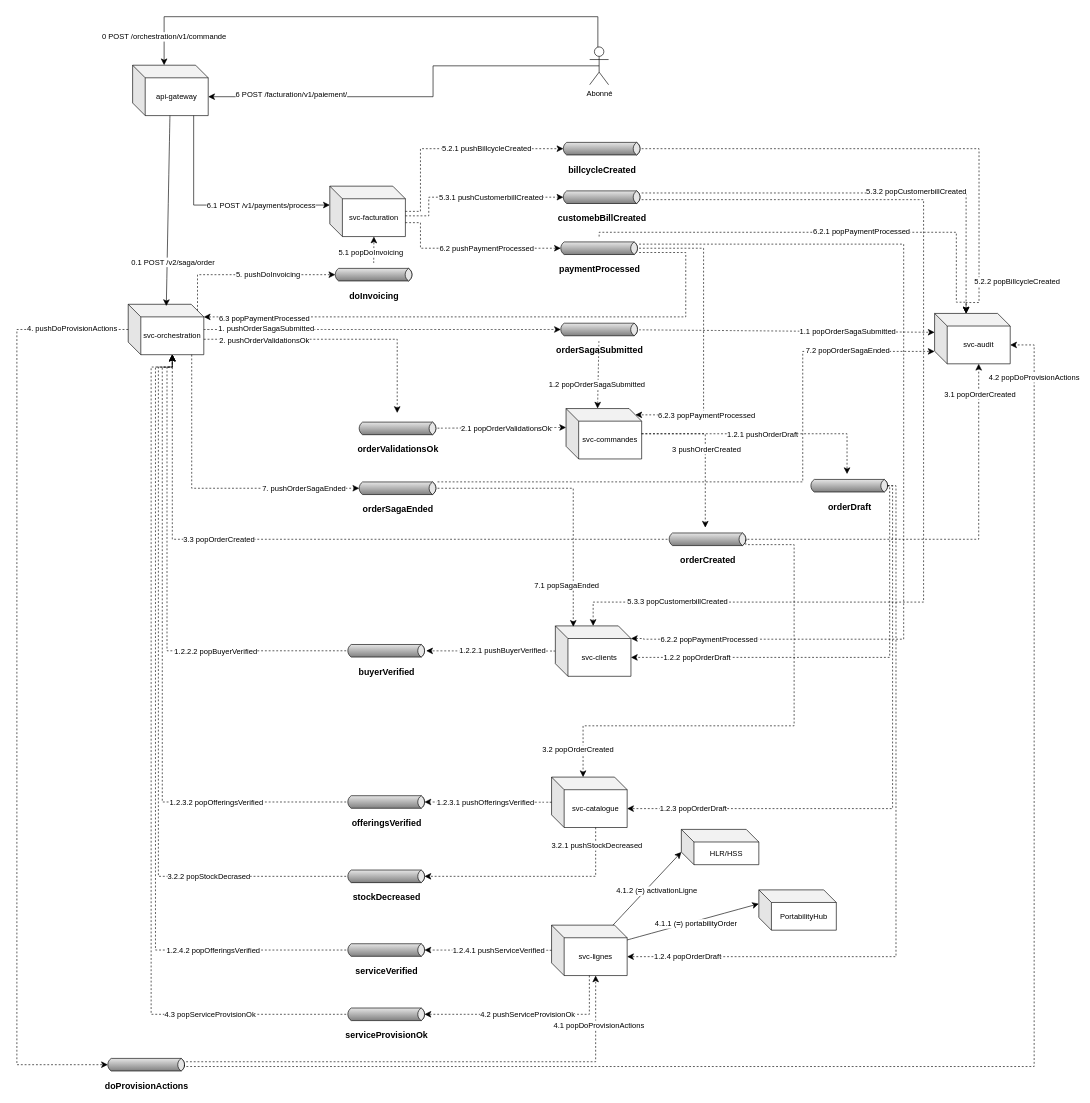
The draw.io diagram docs/diagrammes/carte_flux.drawio in LOG430-E26-VDEGRANDPRE/cantelcox, before the edit. Source tidied: cells renumbered, new cells numbered last; positions are measured from the earlier drawing's top-left corner, leaving out a move shared by most shapes. Both pictures are drawn from the tidied source at 63%, with x=0, y=0 at pixel (16, 16).
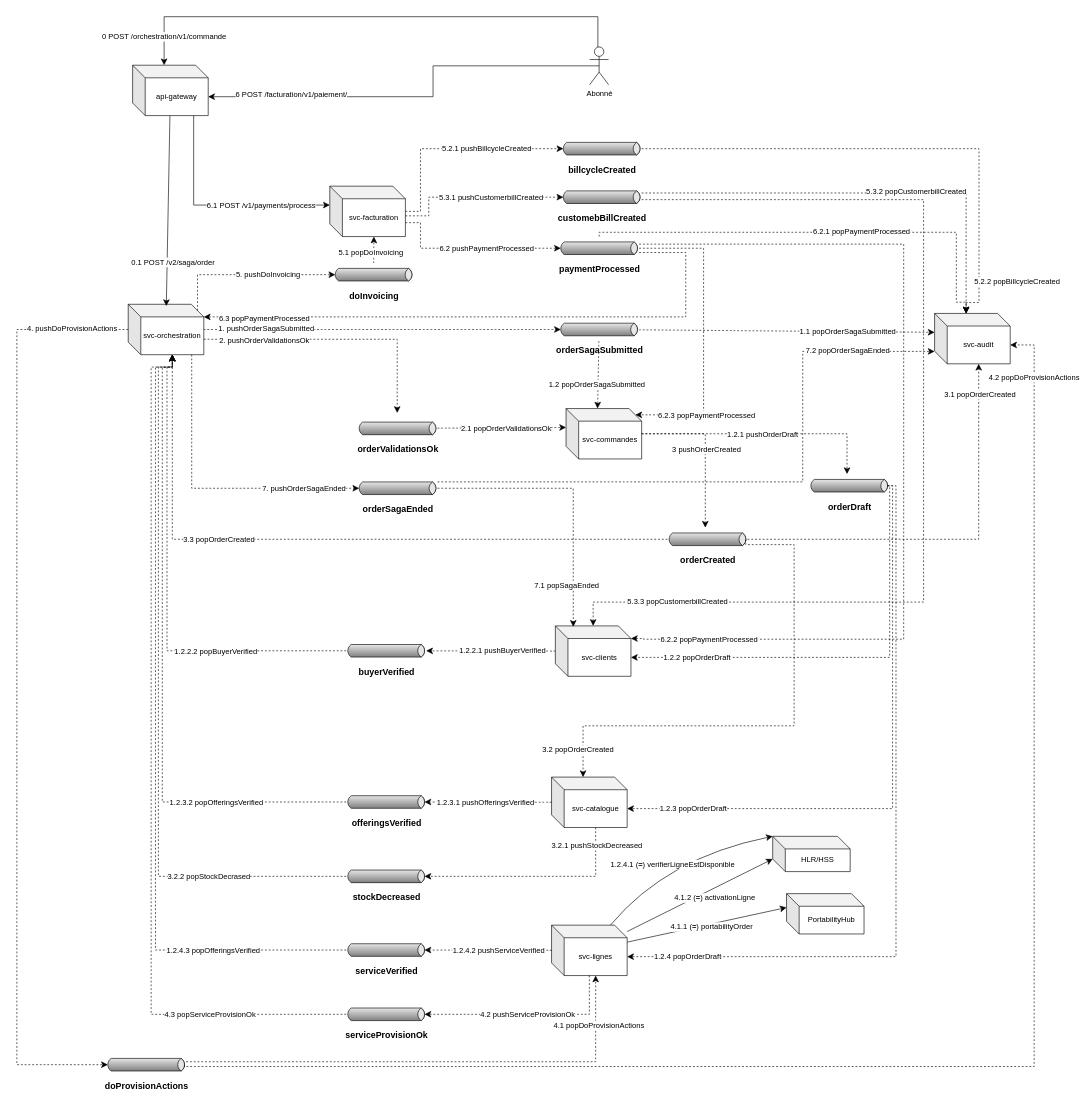
Above is the later version.

Commit message (it also covers changes not shown here):
carte des flux v2

The change refers to these unchanged cells:
```xml
<mxCell id="10" value="svc-lignes" style="shape=cube;whiteSpace=wrap;html=1;boundedLbl=1;backgroundOutline=1;darkOpacity=0.05;darkOpacity2=0.1;" parent="1" vertex="1">
  <mxGeometry x="849" y="1442" width="120" height="80" as="geometry" />
</mxCell>
<mxCell id="39" style="edgeStyle=none;curved=1;rounded=0;jettySize=auto;html=1;entryX=1;entryY=0.5;entryDx=-2.7;entryDy=0;entryPerimeter=0;fontSize=12;startSize=8;endSize=8;dashed=1;" parent="1" edge="1" source="10" target="26">
  <mxGeometry relative="1" as="geometry" />
</mxCell>
<mxCell id="45" style="edgeStyle=orthogonalEdgeStyle;rounded=0;jettySize=auto;html=1;entryX=0;entryY=0;entryDx=70;entryDy=80;entryPerimeter=0;fontSize=12;startSize=8;endSize=8;dashed=1;" parent="1" edge="1" source="26" target="4">
  <mxGeometry relative="1" as="geometry">
    <Array as="points">
      <mxPoint x="220.3" y="1481.5" />
      <mxPoint x="220.3" y="556.1" />
      <mxPoint x="247" y="556.1" />
    </Array>
  </mxGeometry>
</mxCell>
```

Change to the diagram source:
```diff
@@
     <mxCell id="13" value="HLR/HSS" style="shape=cube;whiteSpace=wrap;html=1;boundedLbl=1;backgroundOutline=1;darkOpacity=0.05;darkOpacity2=0.1;" parent="1" vertex="1">
-      <mxGeometry x="1055" y="1290" width="123" height="56" as="geometry" />
+      <mxGeometry x="1200" y="1301" width="123" height="56" as="geometry" />
     </mxCell>
     <mxCell id="14" value="PortabilityHub" style="shape=cube;whiteSpace=wrap;html=1;boundedLbl=1;backgroundOutline=1;darkOpacity=0.05;darkOpacity2=0.1;" parent="1" vertex="1">
-      <mxGeometry x="1178" y="1386" width="123" height="64" as="geometry" />
+      <mxGeometry x="1222" y="1392" width="123" height="64" as="geometry" />
     </mxCell>
@@
-    <mxCell id="40" value="1.2.4.1 pushServiceVerified" style="edgeLabel;html=1;align=center;verticalAlign=middle;fontSize=12;" parent="39" vertex="1">
+    <mxCell id="40" value="1.2.4.2 pushServiceVerified" style="edgeLabel;html=1;align=center;verticalAlign=middle;fontSize=12;" parent="39" vertex="1">
       <mxGeometry x="0.16" y="-2" relative="1" as="geometry">
         <mxPoint x="32" y="2" as="offset" />
       </mxGeometry>
     </mxCell>
@@
-    <mxCell id="46" value="1.2.4.2 popOfferingsVerified" style="edgeLabel;html=1;align=center;verticalAlign=middle;fontSize=12;" parent="45" vertex="1">
+    <mxCell id="46" value="1.2.4.3 popOfferingsVerified" style="edgeLabel;html=1;align=center;verticalAlign=middle;fontSize=12;" parent="45" vertex="1">
       <mxGeometry x="-0.79" y="1" relative="1" as="geometry">
         <mxPoint x="-78" as="offset" />
       </mxGeometry>
     </mxCell>
@@
+    <mxCell id="122" style="edgeStyle=none;curved=1;rounded=0;jettySize=auto;html=1;entryX=0;entryY=0;entryDx=0;entryDy=0;entryPerimeter=0;fontSize=12;startSize=8;endSize=8;" parent="1" edge="1" source="10" target="13">
+      <mxGeometry relative="1" as="geometry">
+        <Array as="points">
+          <mxPoint x="1031.8" y="1335" />
+        </Array>
+      </mxGeometry>
+    </mxCell>
+    <mxCell id="123" value="1.2.4.1 (&lt;b&gt;=&lt;/b&gt;) verifierLigneEstDisponible" style="edgeLabel;html=1;align=center;verticalAlign=middle;fontSize=12;" parent="122" vertex="1">
+      <mxGeometry x="0.02" y="-20" relative="1" as="geometry">
+        <mxPoint x="-14" y="-5" as="offset" />
+      </mxGeometry>
+    </mxCell>
```
